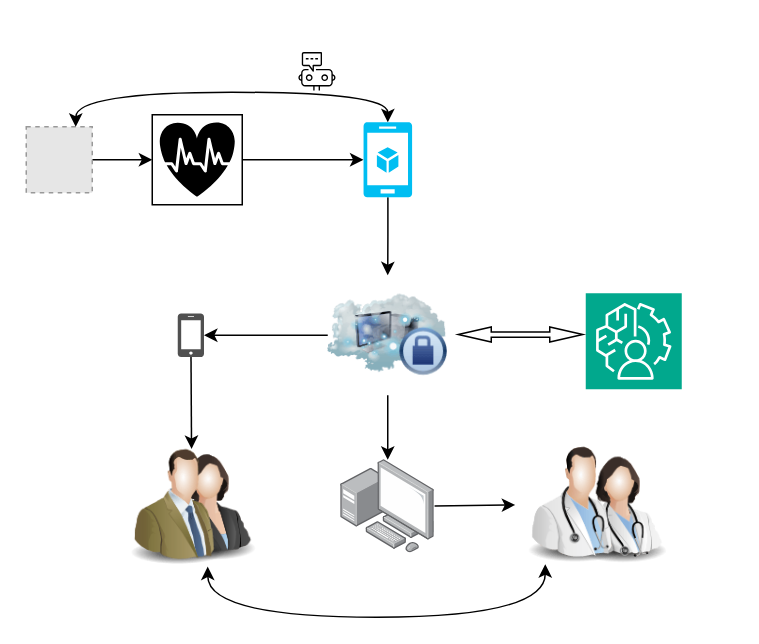
The draw.io diagram postgraduation/23sensor.drawio in Thesoul20/daily-work, before the edit. Source tidied: cells renumbered, new cells numbered last; positions are measured from the earlier drawing's top-left corner, leaving out a move shared by most shapes. Both pictures are drawn from the tidied source at 150%, with x=0, y=0 at pixel (26, 46). Pictures stored in the file or linked from it are replaced by grey dashed boxes.
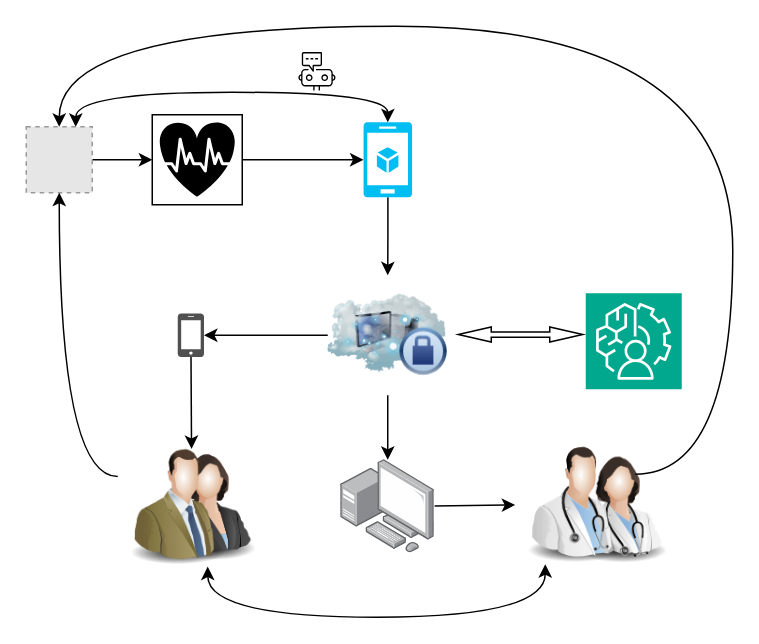
After the change.

Commit message:
create the recycle of the input and output

The change refers to these unchanged cells:
```xml
<mxCell id="4" style="fillColor=#E6E6E6;strokeColor=#999999;dashed=1;html=1;verticalAlign=top;verticalLabelPosition=bottom;labelBackgroundColor=#ffffff;" parent="1" vertex="1">
  <mxGeometry y="53" width="44" height="44" as="geometry" />
</mxCell>
<mxCell id="22" style="image;html=1;image=img/lib/clip_art/people/Suit_Man_Green_128x128.png;" parent="20" vertex="1">
  <mxGeometry y="3.2" width="80" height="80" as="geometry" />
</mxCell>
<mxCell id="26" style="image;html=1;image=img/lib/clip_art/people/Doctor_Man_128x128.png;" parent="24" vertex="1">
  <mxGeometry width="80" height="80" as="geometry" />
</mxCell>
```

What changed in the source:
```diff
@@
+    <mxCell id="28" style="edgeStyle=orthogonalEdgeStyle;curved=1;rounded=0;jettySize=auto;html=1;exitX=1;exitY=0.25;exitDx=0;exitDy=0;entryX=0.5;entryY=0;entryDx=0;entryDy=0;" parent="1" edge="1" source="26" target="4">
+      <mxGeometry relative="1" as="geometry">
+        <Array as="points">
+          <mxPoint x="471" y="285" />
+          <mxPoint x="471" y="-14" />
+          <mxPoint x="22" y="-14" />
+        </Array>
+      </mxGeometry>
+    </mxCell>
+    <mxCell id="29" style="edgeStyle=orthogonalEdgeStyle;curved=1;rounded=0;jettySize=auto;html=1;exitX=0;exitY=0.25;exitDx=0;exitDy=0;" parent="1" edge="1" source="22" target="4">
+      <mxGeometry relative="1" as="geometry" />
+    </mxCell>
```
